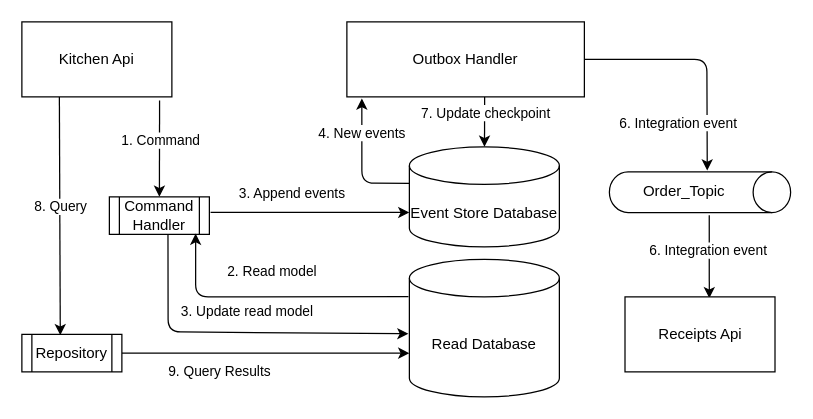
The draw.io diagram Images/diagram.drawio in RobertoFreireFerrazPassos/EventSourcing-and-Cqrs, before the edit. Source tidied: cells renumbered, new cells numbered last; positions are measured from the earlier drawing's top-left corner, leaving out a move shared by most shapes. Both pictures are drawn from the tidied source at 125%, with x=0, y=0 at pixel (21, 21).
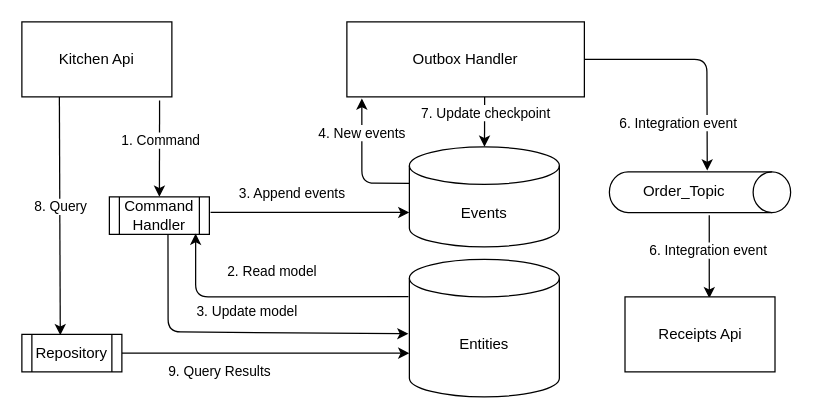
Above is the later version.

The change refers to these unchanged cells:
```xml
<mxCell id="18" style="edgeStyle=none;html=1;exitX=0.586;exitY=1.014;exitDx=0;exitDy=0;exitPerimeter=0;entryX=-0.006;entryY=0.541;entryDx=0;entryDy=0;entryPerimeter=0;" parent="1" edge="1" source="10" target="27">
  <mxGeometry relative="1" as="geometry">
    <Array as="points">
      <mxPoint x="117" y="248" />
    </Array>
  </mxGeometry>
</mxCell>
```

What changed in the source:
```diff
@@
-    <mxCell id="19" value="3. Update read model" style="edgeLabel;html=1;align=center;verticalAlign=middle;" parent="18" vertex="1">
+    <mxCell id="19" value="3. Update model" style="edgeLabel;html=1;align=center;verticalAlign=middle;" parent="18" vertex="1">
       <mxGeometry x="0.63" y="-1" relative="1" as="geometry">
         <mxPoint x="-80" y="-19" as="offset" />
       </mxGeometry>
     </mxCell>
-    <mxCell id="20" value="Event Store Database" style="shape=cylinder3;whiteSpace=wrap;html=1;boundedLbl=1;backgroundOutline=1;size=15;" parent="1" vertex="1">
+    <mxCell id="20" value="Events" style="shape=cylinder3;whiteSpace=wrap;html=1;boundedLbl=1;backgroundOutline=1;size=15;" parent="1" vertex="1">
       <mxGeometry x="310" y="100" width="120" height="80" as="geometry" />
     </mxCell>
@@
-    <mxCell id="27" value="Read Database" style="shape=cylinder3;whiteSpace=wrap;html=1;boundedLbl=1;backgroundOutline=1;size=15;" parent="1" vertex="1">
+    <mxCell id="27" value="Entities" style="shape=cylinder3;whiteSpace=wrap;html=1;boundedLbl=1;backgroundOutline=1;size=15;" parent="1" vertex="1">
       <mxGeometry x="310" y="190" width="120" height="110" as="geometry" />
     </mxCell>
```
